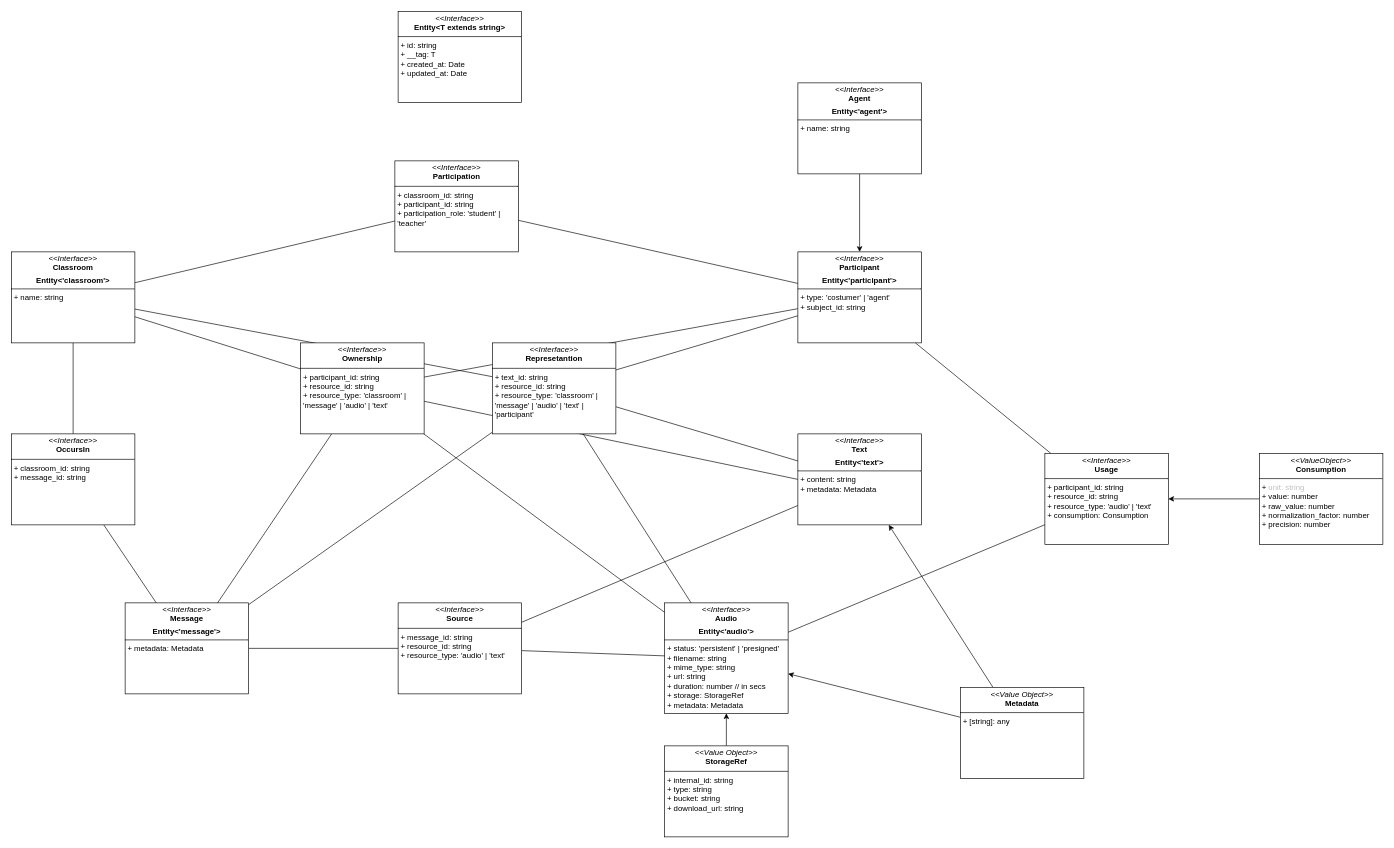
The draw.io diagram docs/project/database.models.drawio in yagomarinho/davna, before the edit. Source tidied: cells renumbered, new cells numbered last; positions are measured from the earlier drawing's top-left corner, leaving out a move shared by most shapes. Both pictures are drawn from the tidied source at 65%, with x=0, y=0 at pixel (11, 11).
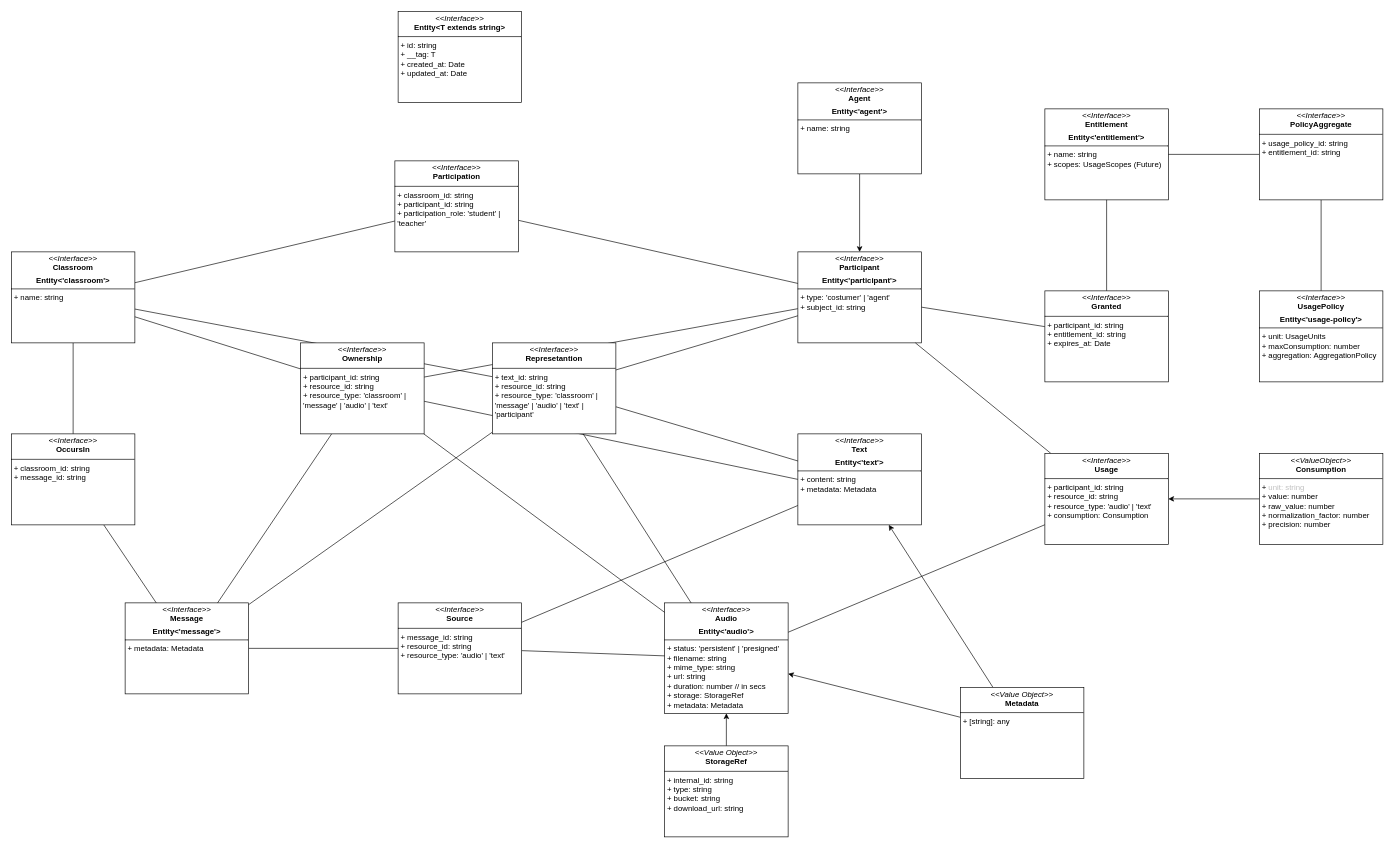
Above is the later version.

Unchanged cells that the change refers to:
```xml
<mxCell id="8" value="&lt;p style=&quot;margin:0px;margin-top:4px;text-align:center;&quot;&gt;&lt;i&gt;&amp;lt;&amp;lt;Interface&amp;gt;&amp;gt;&lt;/i&gt;&lt;br&gt;&lt;b&gt;Participant&lt;/b&gt;&lt;/p&gt;&lt;p style=&quot;margin:0px;margin-top:4px;text-align:center;&quot;&gt;&lt;b&gt;Entity&amp;lt;'participant'&amp;gt;&lt;/b&gt;&lt;/p&gt;&lt;hr size=&quot;1&quot; style=&quot;border-style:solid;&quot;&gt;&lt;p style=&quot;margin:0px;margin-left:4px;&quot;&gt;+ type: 'costumer' | 'agent'&lt;/p&gt;&lt;p style=&quot;margin:0px;margin-left:4px;&quot;&gt;+ subject_id: string&lt;/p&gt;" style="verticalAlign=top;align=left;overflow=fill;html=1;whiteSpace=wrap;" parent="1" vertex="1">
  <mxGeometry x="1210" y="370" width="190" height="140" as="geometry" />
</mxCell>
```

The edit, as a diff of the source:
```diff
@@
+    <mxCell id="42" style="edgeStyle=none;html=1;endArrow=none;endFill=0;" parent="1" edge="1" source="8" target="49">
+      <mxGeometry relative="1" as="geometry" />
+    </mxCell>
@@
+    <mxCell id="43" style="edgeStyle=none;html=1;endArrow=none;endFill=0;" parent="1" edge="1" source="44" target="47">
+      <mxGeometry relative="1" as="geometry" />
+    </mxCell>
+    <mxCell id="44" value="&lt;p style=&quot;margin:0px;margin-top:4px;text-align:center;&quot;&gt;&lt;i&gt;&amp;lt;&amp;lt;Interface&amp;gt;&amp;gt;&lt;/i&gt;&lt;br&gt;&lt;b&gt;UsagePolicy&lt;/b&gt;&lt;/p&gt;&lt;p style=&quot;margin:0px;margin-top:4px;text-align:center;&quot;&gt;&lt;b&gt;Entity&amp;lt;'usage-policy'&amp;gt;&lt;/b&gt;&lt;/p&gt;&lt;hr size=&quot;1&quot; style=&quot;border-style:solid;&quot;&gt;&lt;p style=&quot;margin:0px;margin-left:4px;&quot;&gt;+ unit: UsageUnits&lt;/p&gt;&lt;p style=&quot;margin:0px;margin-left:4px;&quot;&gt;+ maxConsumption: number&lt;/p&gt;&lt;p style=&quot;margin:0px;margin-left:4px;&quot;&gt;+ aggregation: AggregationPolicy&lt;/p&gt;" style="verticalAlign=top;align=left;overflow=fill;html=1;whiteSpace=wrap;" parent="1" vertex="1">
+      <mxGeometry x="1920" y="430" width="190" height="140" as="geometry" />
+    </mxCell>
+    <mxCell id="45" value="&lt;p style=&quot;margin:0px;margin-top:4px;text-align:center;&quot;&gt;&lt;i&gt;&amp;lt;&amp;lt;Interface&amp;gt;&amp;gt;&lt;/i&gt;&lt;br&gt;&lt;b&gt;Entitlement&lt;/b&gt;&lt;/p&gt;&lt;p style=&quot;margin:0px;margin-top:4px;text-align:center;&quot;&gt;&lt;b&gt;Entity&amp;lt;'entitlement'&amp;gt;&lt;/b&gt;&lt;/p&gt;&lt;hr size=&quot;1&quot; style=&quot;border-style:solid;&quot;&gt;&lt;p style=&quot;margin:0px;margin-left:4px;&quot;&gt;+ name: string&lt;/p&gt;&lt;p style=&quot;margin:0px;margin-left:4px;&quot;&gt;+ scopes: UsageScopes (Future)&lt;/p&gt;" style="verticalAlign=top;align=left;overflow=fill;html=1;whiteSpace=wrap;" parent="1" vertex="1">
+      <mxGeometry x="1590" y="150" width="190" height="140" as="geometry" />
+    </mxCell>
+    <mxCell id="46" style="edgeStyle=none;html=1;endArrow=none;endFill=0;" parent="1" edge="1" source="47" target="45">
+      <mxGeometry relative="1" as="geometry" />
+    </mxCell>
+    <mxCell id="47" value="&lt;p style=&quot;margin:0px;margin-top:4px;text-align:center;&quot;&gt;&lt;i&gt;&amp;lt;&amp;lt;Interface&amp;gt;&amp;gt;&lt;/i&gt;&lt;br&gt;&lt;b&gt;PolicyAggregate&lt;/b&gt;&lt;/p&gt;&lt;hr size=&quot;1&quot; style=&quot;border-style:solid;&quot;&gt;&lt;p style=&quot;margin:0px;margin-left:4px;&quot;&gt;+ usage_policy_id: string&lt;/p&gt;&lt;p style=&quot;margin:0px;margin-left:4px;&quot;&gt;+ entitlement_id: string&lt;/p&gt;" style="verticalAlign=top;align=left;overflow=fill;html=1;whiteSpace=wrap;" parent="1" vertex="1">
+      <mxGeometry x="1920" y="150" width="190" height="140" as="geometry" />
+    </mxCell>
+    <mxCell id="48" style="edgeStyle=none;html=1;endArrow=none;endFill=0;" parent="1" edge="1" source="49" target="45">
+      <mxGeometry relative="1" as="geometry" />
+    </mxCell>
+    <mxCell id="49" value="&lt;p style=&quot;margin:0px;margin-top:4px;text-align:center;&quot;&gt;&lt;i&gt;&amp;lt;&amp;lt;Interface&amp;gt;&amp;gt;&lt;/i&gt;&lt;br&gt;&lt;b&gt;Granted&lt;/b&gt;&lt;/p&gt;&lt;hr size=&quot;1&quot; style=&quot;border-style:solid;&quot;&gt;&lt;p style=&quot;margin:0px;margin-left:4px;&quot;&gt;+ participant_id: string&lt;/p&gt;&lt;p style=&quot;margin:0px;margin-left:4px;&quot;&gt;+ entitlement_id: string&lt;br&gt;+ expires_at: Date&lt;/p&gt;" style="verticalAlign=top;align=left;overflow=fill;html=1;whiteSpace=wrap;" parent="1" vertex="1">
+      <mxGeometry x="1590" y="430" width="190" height="140" as="geometry" />
+    </mxCell>
```
